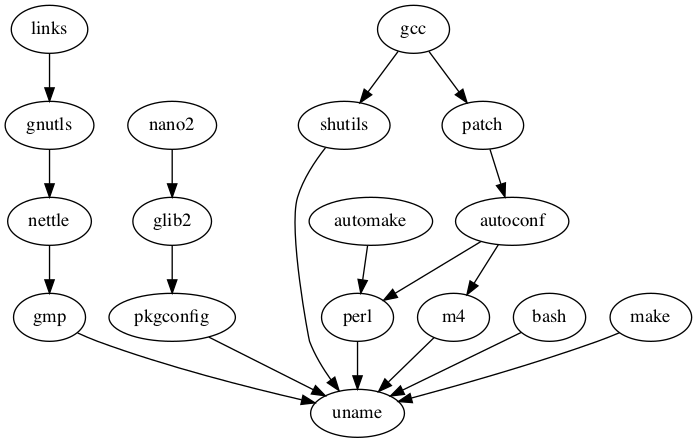
This is images/dg.dot.png from rhaleblian/backstep, a Graphviz export, as it was before one commit. Its source is kept beside it as dg.dot.
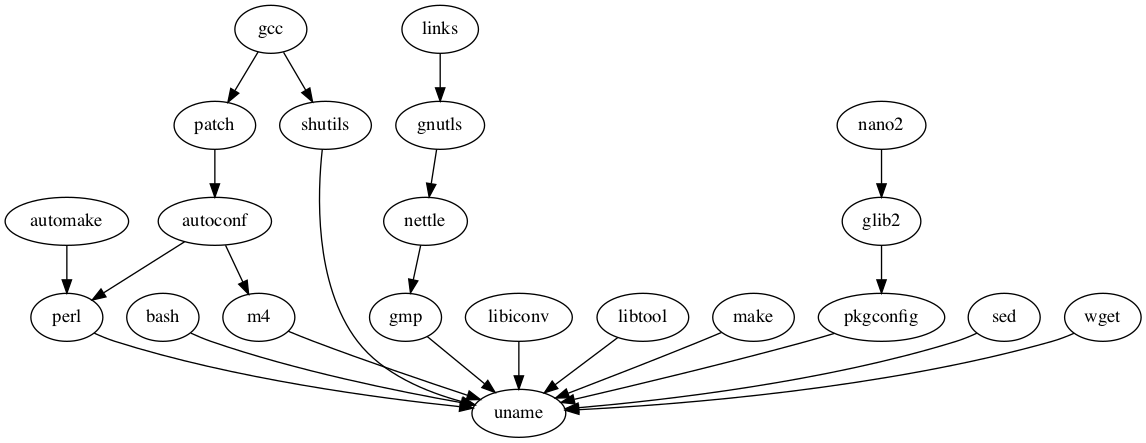
The same file after the commit.

Change to the diagram source:
```diff
@@ -1,20 +1,24 @@
 
 digraph build_requires {
-	links -> gnutls -> nettle -> gmp
-	nano2 -> glib2 -> pkgconfig
 	autoconf -> m4
 	autoconf -> perl
 	automake -> perl
+	bash -> uname
+	gcc -> patch
 	gcc -> shutils
-	gcc -> patch
+	gmp -> uname
+	libiconv -> uname
+	libtool -> uname
+	links -> gnutls -> nettle -> gmp
 	m4 -> uname
-	shutils -> uname
-	bash -> uname
 	make -> uname
-	gmp -> uname
+	nano2 -> glib2 -> pkgconfig
 	pkgconfig -> uname
 	perl -> uname
 	patch -> autoconf
+	sed -> uname
+	shutils -> uname
+	wget -> uname
 }
 
 digraph builds_after {
```
